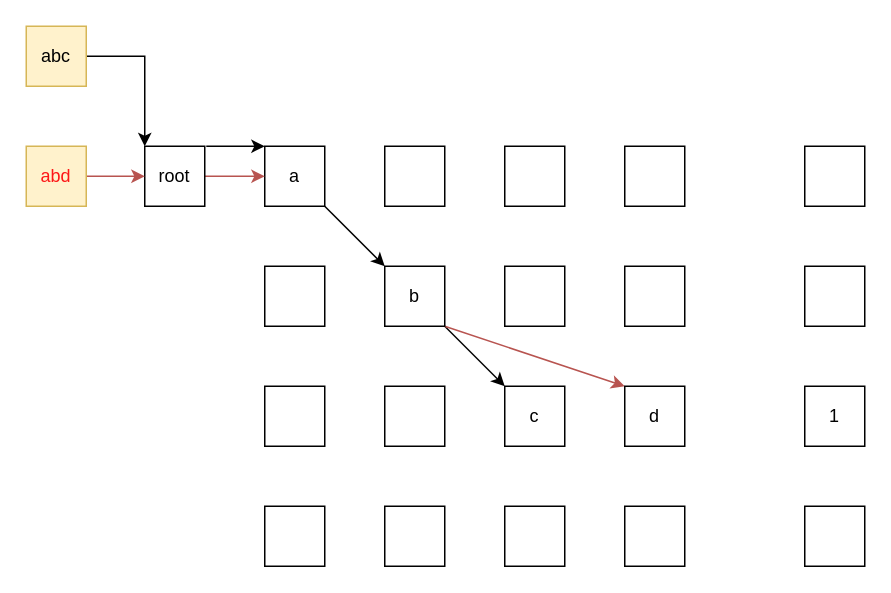
Airsku/drawio keeps this draw.io diagram as trie.drawio. Above is the earlier version. Source tidied: cells renumbered, new cells numbered last; positions are measured from the earlier drawing's top-left corner, leaving out a move shared by most shapes. Both pictures are drawn from the tidied source at 150%, with x=0, y=0 at pixel (26, 26).
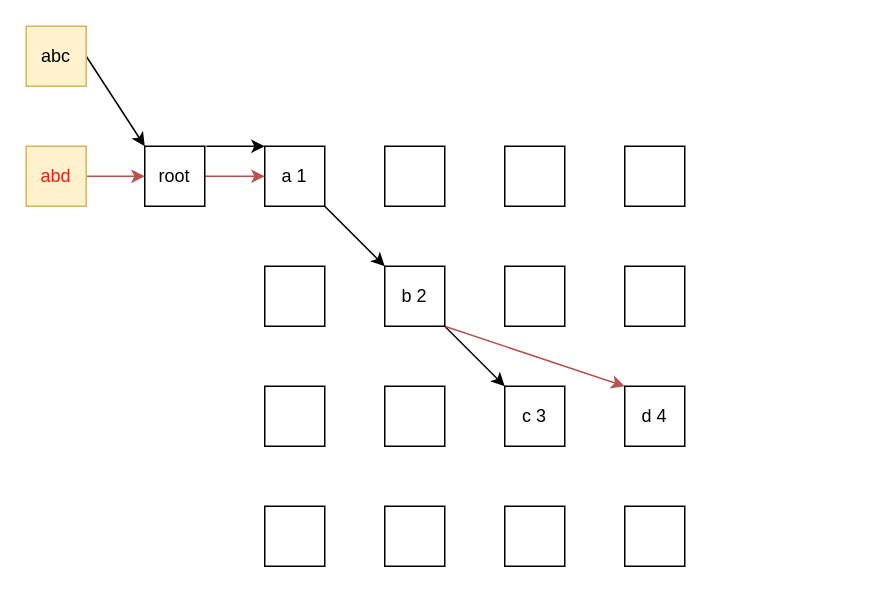
The same diagram, later.

The change refers to these unchanged cells:
```xml
<mxCell id="27" value="root" style="rounded=0;whiteSpace=wrap;html=1;" parent="1" vertex="1">
  <mxGeometry x="79" y="80" width="40" height="40" as="geometry" />
</mxCell>
<mxCell id="30" value="abc" style="rounded=0;whiteSpace=wrap;html=1;fillColor=#fff2cc;strokeColor=#d6b656;" parent="28" vertex="1">
  <mxGeometry width="40" height="40" as="geometry" />
</mxCell>
```

What changed in the source:
```diff
@@
-    <mxCell id="3" value="a" style="rounded=0;whiteSpace=wrap;html=1;" parent="1" vertex="1">
+    <mxCell id="3" value="a 1" style="rounded=0;whiteSpace=wrap;html=1;" parent="1" vertex="1">
       <mxGeometry x="159" y="80" width="40" height="40" as="geometry" />
     </mxCell>
@@
-    <mxCell id="7" style="rounded=0;whiteSpace=wrap;html=1;" parent="1" vertex="1">
-      <mxGeometry x="519" y="80" width="40" height="40" as="geometry" />
-    </mxCell>
@@
-    <mxCell id="11" value="b" style="rounded=0;whiteSpace=wrap;html=1;" parent="1" vertex="1">
+    <mxCell id="11" value="b 2" style="rounded=0;whiteSpace=wrap;html=1;" parent="1" vertex="1">
       <mxGeometry x="239" y="160" width="40" height="40" as="geometry" />
     </mxCell>
@@
-    <mxCell id="14" style="rounded=0;whiteSpace=wrap;html=1;" parent="1" vertex="1">
-      <mxGeometry x="519" y="160" width="40" height="40" as="geometry" />
-    </mxCell>
@@
-    <mxCell id="17" value="c" style="rounded=0;whiteSpace=wrap;html=1;" parent="1" vertex="1">
+    <mxCell id="17" value="c 3" style="rounded=0;whiteSpace=wrap;html=1;" parent="1" vertex="1">
       <mxGeometry x="319" y="240" width="40" height="40" as="geometry" />
     </mxCell>
-    <mxCell id="18" value="d" style="rounded=0;whiteSpace=wrap;html=1;" parent="1" vertex="1">
+    <mxCell id="18" value="d 4" style="rounded=0;whiteSpace=wrap;html=1;" parent="1" vertex="1">
       <mxGeometry x="399" y="240" width="40" height="40" as="geometry" />
     </mxCell>
-    <mxCell id="19" value="1" style="rounded=0;whiteSpace=wrap;html=1;" parent="1" vertex="1">
-      <mxGeometry x="519" y="240" width="40" height="40" as="geometry" />
-    </mxCell>
@@
-    <mxCell id="24" style="rounded=0;whiteSpace=wrap;html=1;" parent="1" vertex="1">
-      <mxGeometry x="519" y="320" width="40" height="40" as="geometry" />
-    </mxCell>
@@
-    <mxCell id="29" style="endArrow=classic;html=1;rounded=0;exitX=1;exitY=0.5;exitDx=0;exitDy=0;entryX=0;entryY=0;entryDx=0;entryDy=0;edgeStyle=orthogonalEdgeStyle;" parent="28" edge="1" source="30" target="27">
+    <mxCell id="29" style="endArrow=classic;html=1;rounded=0;exitX=1;exitY=0.5;exitDx=0;exitDy=0;entryX=0;entryY=0;entryDx=0;entryDy=0;" parent="28" edge="1" source="30" target="27">
       <mxGeometry relative="1" as="geometry" />
     </mxCell>
```
